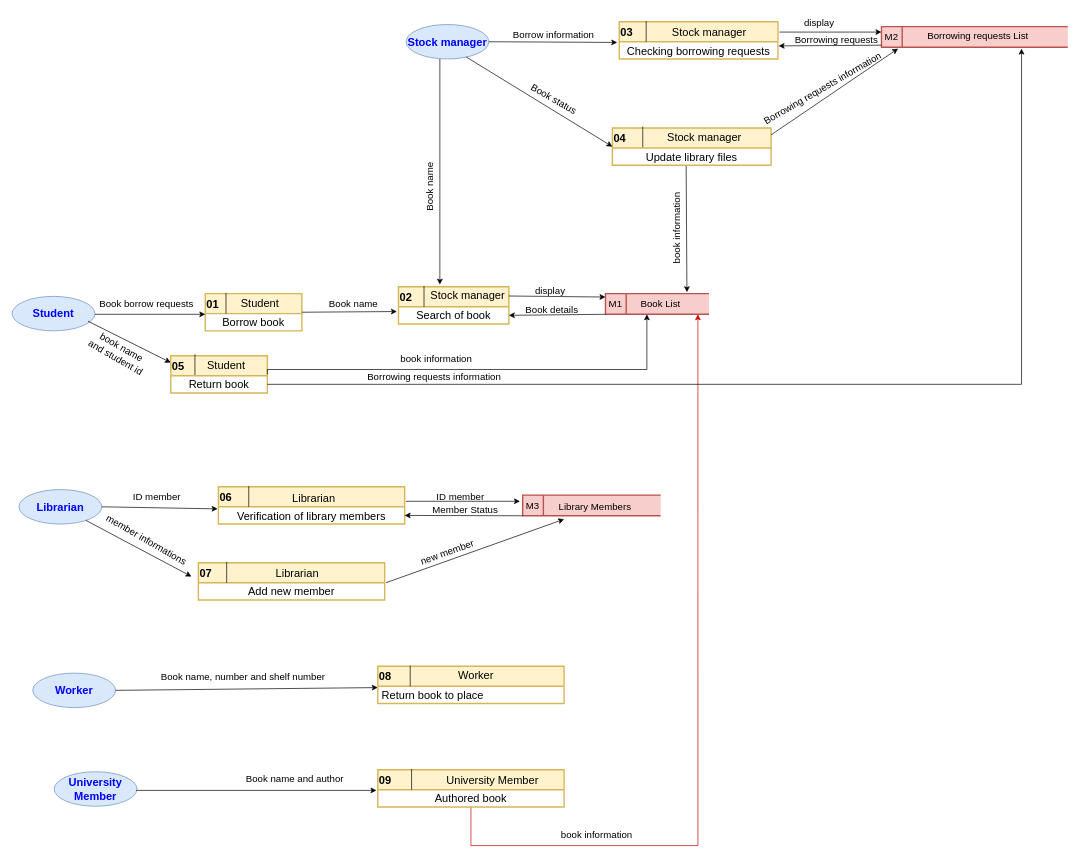
doaa517/Diagrams keeps this draw.io diagram as PhDiagram.drawio. Above is the earlier version. Source tidied: cells renumbered, new cells numbered last; positions are measured from the earlier drawing's top-left corner, leaving out a move shared by most shapes. Both pictures are drawn from the tidied source at 69%, with x=0, y=0 at pixel (12, 12).
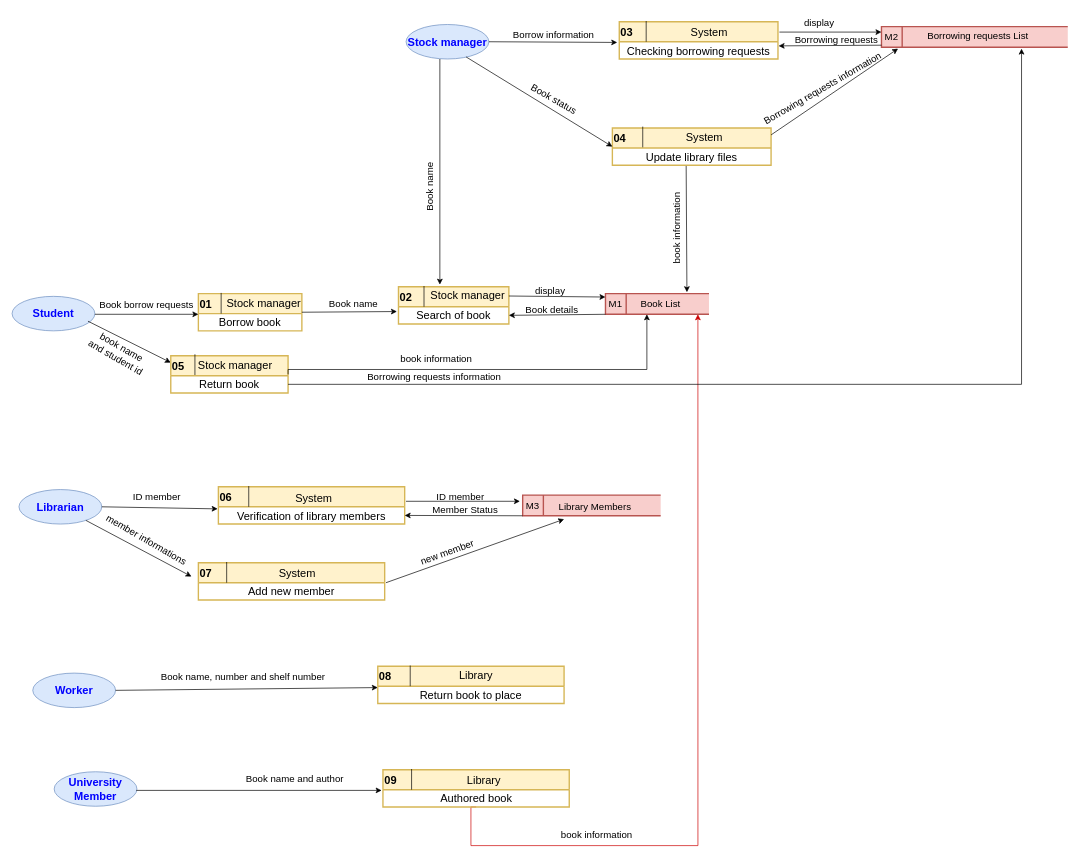
The same page after the edit.

The change refers to these unchanged cells:
```xml
<mxCell id="23" value="Book List" style="text;html=1;strokeColor=none;fillColor=none;align=center;verticalAlign=middle;whiteSpace=wrap;rounded=0;strokeWidth=2;fontSize=14;fontColor=#000000;" parent="1" vertex="1">
  <mxGeometry x="910" y="408" width="60" height="30" as="geometry" />
</mxCell>
<mxCell id="67" value="&lt;div align=&quot;left&quot;&gt;08&lt;/div&gt;" style="swimlane;fontStyle=1;align=left;verticalAlign=middle;horizontal=1;startSize=29;html=1;fontSize=16;strokeWidth=2;fillColor=#fff2cc;strokeColor=#d6b656;" parent="1" vertex="1">
  <mxGeometry x="530" y="948" width="270" height="54" as="geometry" />
</mxCell>
```

What changed in the source:
```diff
@@
     <mxCell id="8" value="&lt;div align=&quot;left&quot;&gt;01&lt;/div&gt;" style="swimlane;fontStyle=1;align=left;verticalAlign=middle;horizontal=1;startSize=29;html=1;fontSize=16;strokeWidth=2;fillColor=#fff2cc;strokeColor=#d6b656;" parent="1" vertex="1">
-      <mxGeometry x="280" y="408" width="140" height="54" as="geometry" />
+      <mxGeometry x="270" y="408" width="150" height="54" as="geometry" />
     </mxCell>
     <mxCell id="9" value="&lt;div&gt;&lt;font color=&quot;#000000&quot;&gt;Borrow book&lt;/font&gt;&lt;/div&gt;" style="text;html=1;strokeColor=none;fillColor=none;align=center;verticalAlign=middle;spacingLeft=4;spacingRight=4;overflow=hidden;fontSize=16;fontColor=#0000FF;" parent="8" vertex="1">
-      <mxGeometry y="29" width="140" height="25" as="geometry" />
+      <mxGeometry y="29" width="150" height="25" as="geometry" />
     </mxCell>
     <mxCell id="10" style="endArrow=classic;html=1;rounded=0;fontSize=16;fontColor=#0000FF;" parent="1" edge="1">
       <mxGeometry relative="1" as="geometry">
         <mxPoint x="120" y="438" as="sourcePoint" />
-        <mxPoint x="280" y="438" as="targetPoint" />
+        <mxPoint x="270" y="438" as="targetPoint" />
       </mxGeometry>
     </mxCell>
     <mxCell id="11" value="Book borrow requests" style="text;html=1;strokeColor=none;fillColor=none;align=center;verticalAlign=middle;whiteSpace=wrap;rounded=0;strokeWidth=2;fontSize=14;fontColor=#000000;" parent="1" vertex="1">
-      <mxGeometry x="110" y="408" width="170" height="30" as="geometry" />
+      <mxGeometry x="110" y="410" width="170" height="30" as="geometry" />
     </mxCell>
@@
     <mxCell id="13" value="&lt;div align=&quot;left&quot;&gt;05&lt;/div&gt;" style="swimlane;fontStyle=1;align=left;verticalAlign=middle;horizontal=1;startSize=29;html=1;fontSize=16;strokeWidth=2;fillColor=#fff2cc;strokeColor=#d6b656;" parent="1" vertex="1">
-      <mxGeometry x="230" y="498" width="140" height="54" as="geometry" />
+      <mxGeometry x="230" y="498" width="170" height="54" as="geometry" />
     </mxCell>
     <mxCell id="14" value="&lt;div&gt;&lt;font color=&quot;#000000&quot;&gt;Return book&lt;/font&gt;&lt;/div&gt;" style="text;html=1;strokeColor=none;fillColor=none;align=center;verticalAlign=middle;spacingLeft=4;spacingRight=4;overflow=hidden;points=[[0,0.5],[1,0.5]];portConstraint=eastwest;fontSize=16;fontColor=#0000FF;" parent="13" vertex="1">
-      <mxGeometry y="29" width="140" height="25" as="geometry" />
+      <mxGeometry y="29" width="170" height="25" as="geometry" />
     </mxCell>
@@
     <mxCell id="47" style="endArrow=classic;html=1;rounded=0;fontSize=14;fontColor=#000000;entryX=0.167;entryY=1;entryDx=0;entryDy=0;entryPerimeter=0;exitX=1;exitY=0.5;exitDx=0;exitDy=0;edgeStyle=orthogonalEdgeStyle;" parent="1" edge="1" source="13" target="23">
       <mxGeometry relative="1" as="geometry">
         <Array as="points">
-          <mxPoint x="370" y="518" />
+          <mxPoint x="400" y="518" />
           <mxPoint x="920" y="518" />
         </Array>
       </mxGeometry>
     </mxCell>
@@
-    <mxCell id="68" value="&lt;font color=&quot;#000000&quot;&gt;Return book to place&lt;/font&gt;" style="text;html=1;strokeColor=none;fillColor=none;align=left;verticalAlign=middle;spacingLeft=4;spacingRight=4;overflow=hidden;points=[[0,0.5],[1,0.5]];portConstraint=eastwest;fontSize=16;fontColor=#0000FF;" parent="67" vertex="1">
+    <mxCell id="68" value="&lt;font color=&quot;#000000&quot;&gt;Return book to place&lt;/font&gt;" style="text;html=1;strokeColor=none;fillColor=none;align=center;verticalAlign=middle;spacingLeft=4;spacingRight=4;overflow=hidden;points=[[0,0.5],[1,0.5]];portConstraint=eastwest;fontSize=16;fontColor=#0000FF;" parent="67" vertex="1">
       <mxGeometry y="29" width="270" height="25" as="geometry" />
     </mxCell>
@@
     <mxCell id="71" value="&lt;div align=&quot;left&quot;&gt;09&lt;/div&gt;" style="swimlane;fontStyle=1;align=left;verticalAlign=middle;horizontal=1;startSize=29;html=1;fontSize=16;strokeWidth=2;fillColor=#fff2cc;strokeColor=#d6b656;" parent="1" vertex="1">
-      <mxGeometry x="530" y="1098" width="270" height="54" as="geometry" />
+      <mxGeometry x="537.5" y="1098" width="270" height="54" as="geometry" />
     </mxCell>
@@
     <mxCell id="83" style="endArrow=none;html=1;rounded=0;" parent="1" edge="1">
       <mxGeometry relative="1" as="geometry">
-        <mxPoint x="310" y="437" as="sourcePoint" />
-        <mxPoint x="310" y="407" as="targetPoint" />
+        <mxPoint x="303" y="437" as="sourcePoint" />
+        <mxPoint x="303" y="407" as="targetPoint" />
       </mxGeometry>
     </mxCell>
-    <mxCell id="84" value="&lt;font style=&quot;font-size: 16px;&quot;&gt;Stock manager&lt;/font&gt;" style="text;html=1;strokeColor=none;fillColor=none;align=center;verticalAlign=middle;whiteSpace=wrap;rounded=0;" parent="1" vertex="1">
+    <mxCell id="84" value="&lt;font style=&quot;font-size: 16px;&quot;&gt;System&lt;br&gt;&lt;/font&gt;" style="text;html=1;strokeColor=none;fillColor=none;align=center;verticalAlign=middle;whiteSpace=wrap;rounded=0;" parent="1" vertex="1">
       <mxGeometry x="943" y="14" width="135" height="30" as="geometry" />
     </mxCell>
-    <mxCell id="85" value="&lt;font style=&quot;font-size: 16px;&quot;&gt;Stock manager&lt;/font&gt;" style="text;html=1;strokeColor=none;fillColor=none;align=center;verticalAlign=middle;whiteSpace=wrap;rounded=0;" parent="1" vertex="1">
+    <mxCell id="85" value="&lt;font style=&quot;font-size: 16px;&quot;&gt;System&lt;br&gt;&lt;/font&gt;" style="text;html=1;strokeColor=none;fillColor=none;align=center;verticalAlign=middle;whiteSpace=wrap;rounded=0;" parent="1" vertex="1">
       <mxGeometry x="936" y="167" width="135" height="30" as="geometry" />
     </mxCell>
@@
-    <mxCell id="87" value="&lt;font style=&quot;font-size: 16px;&quot;&gt;Student&lt;br&gt;&lt;/font&gt;" style="text;html=1;strokeColor=none;fillColor=none;align=center;verticalAlign=middle;whiteSpace=wrap;rounded=0;" parent="1" vertex="1">
-      <mxGeometry x="292" y="407" width="135" height="30" as="geometry" />
+    <mxCell id="87" value="&lt;font style=&quot;font-size: 16px;&quot;&gt;Stock manager&lt;/font&gt;" style="text;html=1;strokeColor=none;fillColor=none;align=center;verticalAlign=middle;whiteSpace=wrap;rounded=0;" parent="1" vertex="1">
+      <mxGeometry x="290" y="407" width="150" height="30" as="geometry" />
     </mxCell>
-    <mxCell id="88" value="&lt;font style=&quot;font-size: 16px;&quot;&gt;Student&lt;br&gt;&lt;/font&gt;" style="text;html=1;strokeColor=none;fillColor=none;align=center;verticalAlign=middle;whiteSpace=wrap;rounded=0;" parent="1" vertex="1">
-      <mxGeometry x="243" y="497" width="135" height="30" as="geometry" />
+    <mxCell id="88" value="&lt;font style=&quot;font-size: 16px;&quot;&gt;Stock manager&lt;/font&gt;" style="text;html=1;strokeColor=none;fillColor=none;align=center;verticalAlign=middle;whiteSpace=wrap;rounded=0;" parent="1" vertex="1">
+      <mxGeometry x="256" y="497" width="135" height="30" as="geometry" />
     </mxCell>
-    <mxCell id="89" value="&lt;font style=&quot;font-size: 16px;&quot;&gt;Librarian&lt;/font&gt;" style="text;html=1;strokeColor=none;fillColor=none;align=center;verticalAlign=middle;whiteSpace=wrap;rounded=0;" parent="1" vertex="1">
+    <mxCell id="89" value="&lt;font style=&quot;font-size: 16px;&quot;&gt;System&lt;br&gt;&lt;/font&gt;" style="text;html=1;strokeColor=none;fillColor=none;align=center;verticalAlign=middle;whiteSpace=wrap;rounded=0;" parent="1" vertex="1">
       <mxGeometry x="370" y="690" width="135" height="30" as="geometry" />
     </mxCell>
-    <mxCell id="90" value="&lt;font style=&quot;font-size: 16px;&quot;&gt;Librarian&lt;/font&gt;" style="text;html=1;strokeColor=none;fillColor=none;align=center;verticalAlign=middle;whiteSpace=wrap;rounded=0;" parent="1" vertex="1">
+    <mxCell id="90" value="&lt;font style=&quot;font-size: 16px;&quot;&gt;System&lt;br&gt;&lt;/font&gt;" style="text;html=1;strokeColor=none;fillColor=none;align=center;verticalAlign=middle;whiteSpace=wrap;rounded=0;" parent="1" vertex="1">
       <mxGeometry x="346" y="798" width="135" height="30" as="geometry" />
     </mxCell>
-    <mxCell id="91" value="&lt;font style=&quot;font-size: 16px;&quot;&gt;Worker&lt;/font&gt;" style="text;html=1;strokeColor=none;fillColor=none;align=center;verticalAlign=middle;whiteSpace=wrap;rounded=0;" parent="1" vertex="1">
+    <mxCell id="91" value="&lt;font style=&quot;font-size: 16px;&quot;&gt;Library&lt;br&gt;&lt;/font&gt;" style="text;html=1;strokeColor=none;fillColor=none;align=center;verticalAlign=middle;whiteSpace=wrap;rounded=0;" parent="1" vertex="1">
       <mxGeometry x="605" y="946" width="135" height="30" as="geometry" />
     </mxCell>
-    <mxCell id="92" value="&lt;font style=&quot;font-size: 16px;&quot;&gt;University Member&lt;/font&gt;" style="text;html=1;strokeColor=none;fillColor=none;align=center;verticalAlign=middle;whiteSpace=wrap;rounded=0;" parent="1" vertex="1">
-      <mxGeometry x="569" y="1098" width="255" height="30" as="geometry" />
-    </mxCell>
+    <mxCell id="93" value="&lt;font style=&quot;font-size: 16px;&quot;&gt;Library&lt;br&gt;&lt;/font&gt;" style="text;html=1;strokeColor=none;fillColor=none;align=center;verticalAlign=middle;whiteSpace=wrap;rounded=0;fontColor=#000000;" parent="1" vertex="1">
+      <mxGeometry x="601" y="1098" width="166" height="30" as="geometry" />
+    </mxCell>
```
